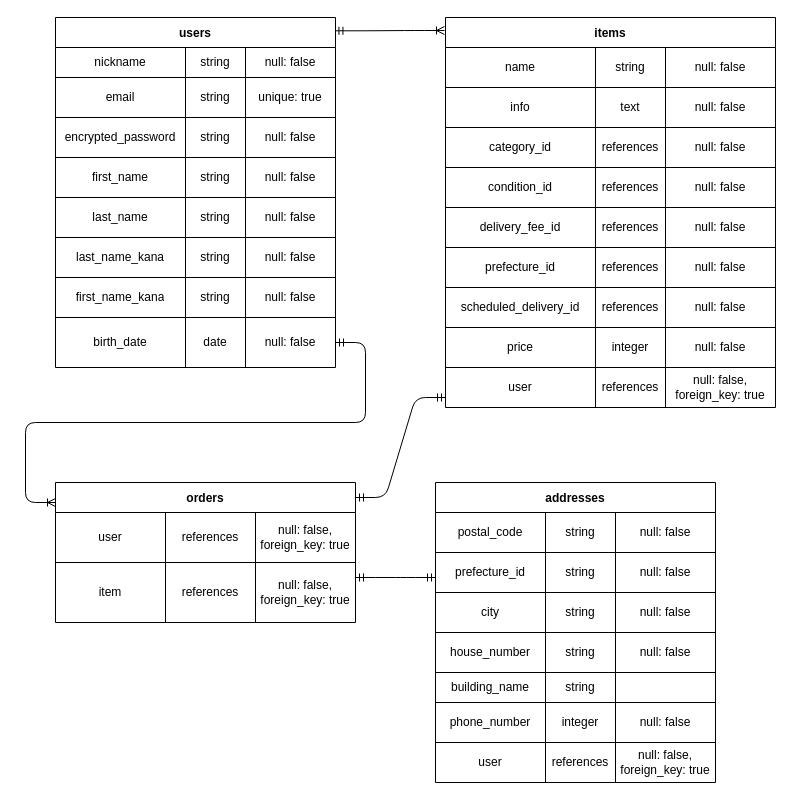
Earlier version of the draw.io diagram furima.dio (shunpikun/furima-36852). Source tidied: cells renumbered, new cells numbered last; positions are measured from the earlier drawing's top-left corner, leaving out a move shared by most shapes. Both pictures are drawn from the tidied source at 100%, with x=0, y=0 at pixel (55, 17).
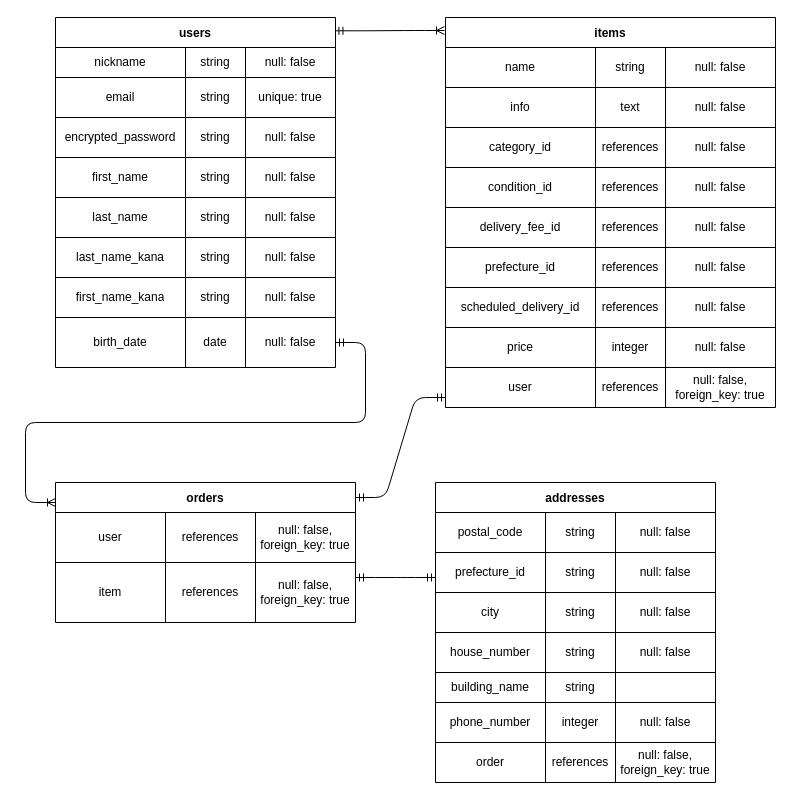
After the change.

Unchanged cells that the change refers to:
```xml
<mxCell id="98" style="shape=partialRectangle;html=1;whiteSpace=wrap;fillColor=none;top=0;left=0;bottom=0;right=0;" parent="73" vertex="1">
  <mxGeometry y="260" width="280" height="40" as="geometry" />
</mxCell>
```

Change to the diagram source:
```diff
@@
-    <mxCell id="99" value="user" style="shape=partialRectangle;html=1;whiteSpace=wrap;fillColor=none;top=0;left=0;bottom=0;right=0;overflow=hidden;" parent="98" vertex="1">
+    <mxCell id="99" value="order" style="shape=partialRectangle;html=1;whiteSpace=wrap;fillColor=none;top=0;left=0;bottom=0;right=0;overflow=hidden;" parent="98" vertex="1">
       <mxGeometry width="110" height="40" as="geometry" />
     </mxCell>
```
